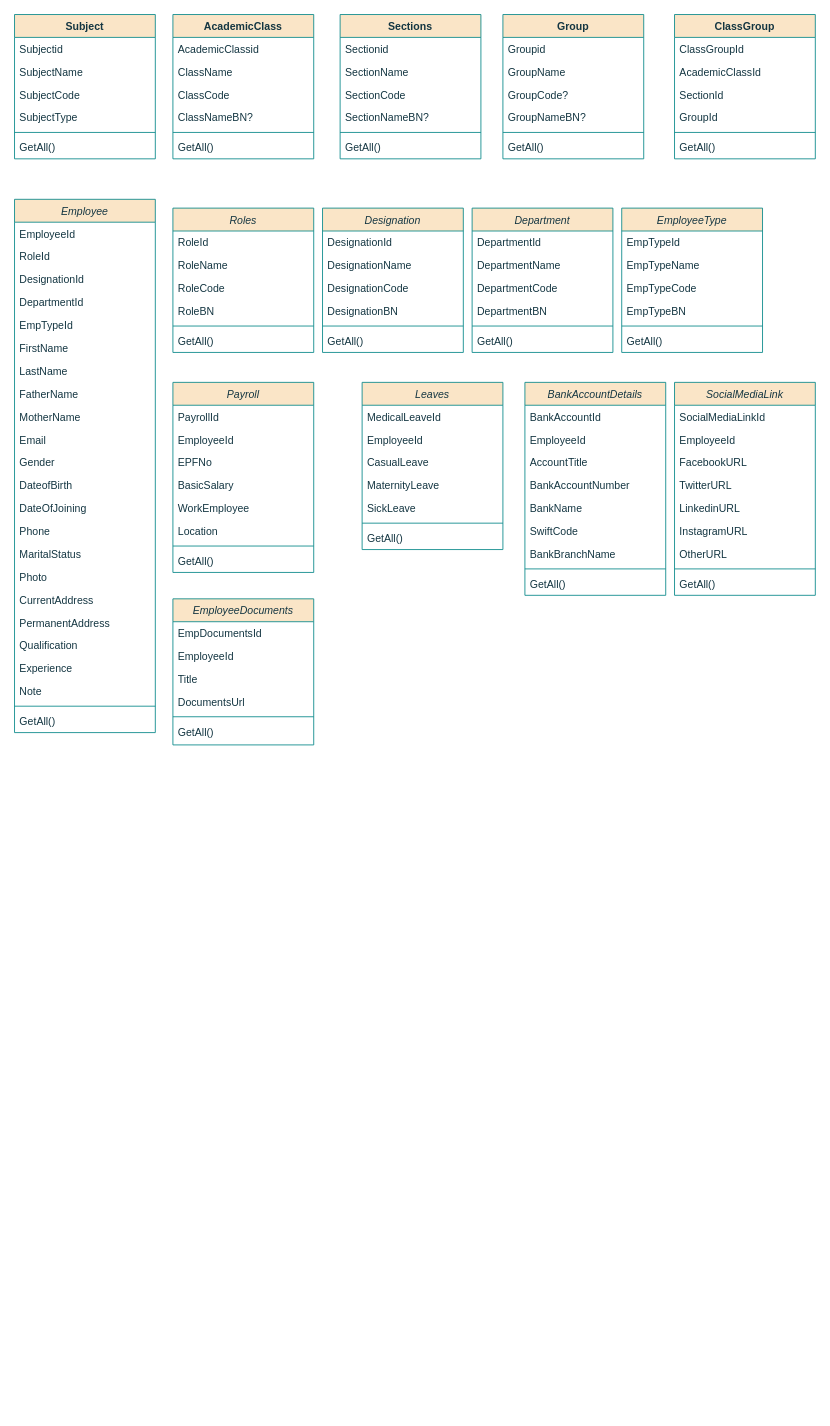
Earlier version of the draw.io diagram page "Page-3" (1 of 3) of Untitled Diagram.drawio (walidulhasan/UML). Source tidied: cells renumbered, new cells numbered last; positions are measured from the earlier drawing's top-left corner, leaving out a move shared by most shapes. Both pictures are drawn from the tidied source at 88%, with x=0, y=0 at pixel (14, 14).
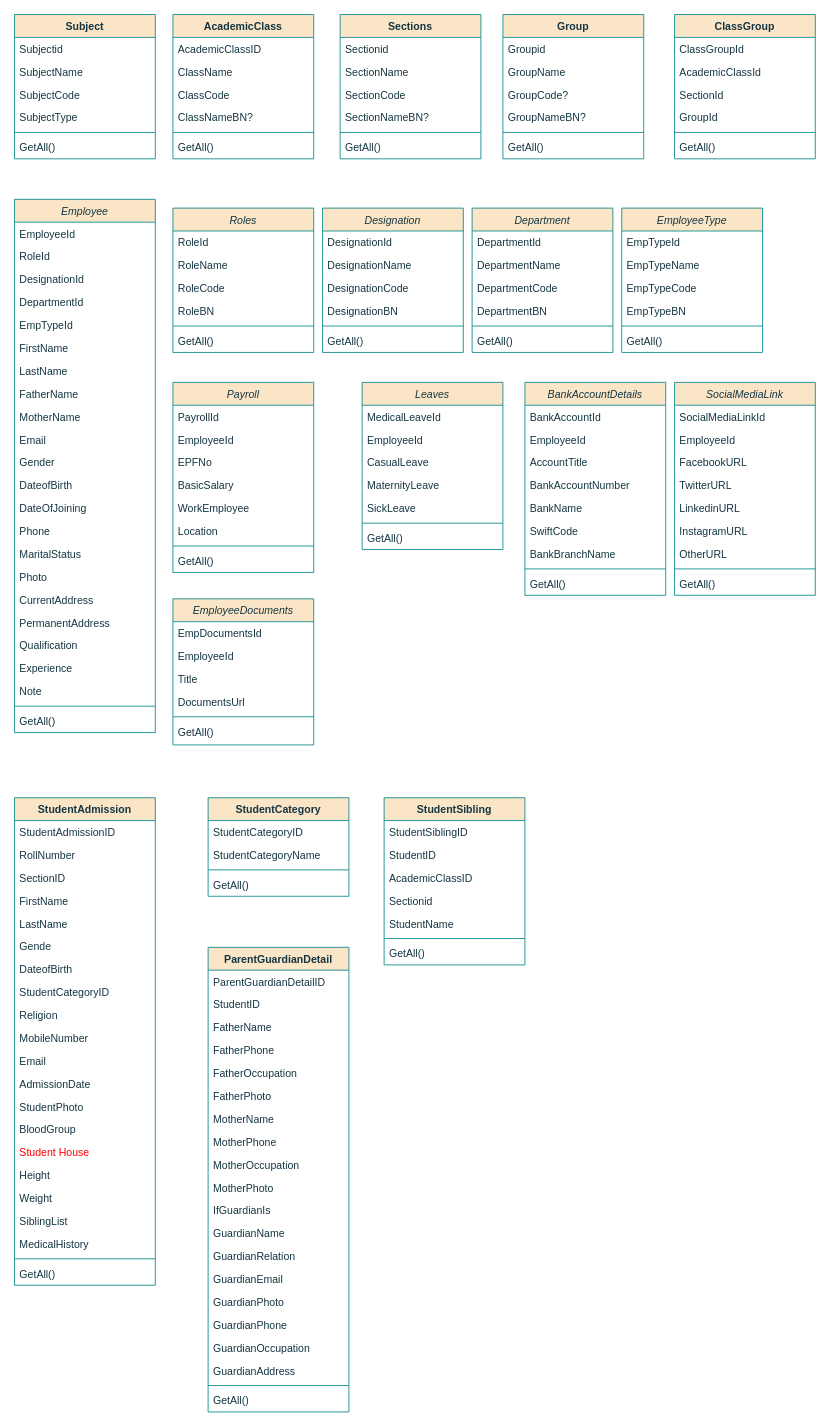
After the change.

The change refers to these unchanged cells:
```xml
<mxCell id="9" value="AcademicClass" style="swimlane;fontStyle=1;align=center;verticalAlign=top;horizontal=1;startSize=26;labelBackgroundColor=none;fillColor=#FAE5C7;strokeColor=#0F8B8D;fontColor=#143642;" parent="1" vertex="1">
  <mxGeometry x="180" width="160" height="164" as="geometry" />
</mxCell>
```

The edit, as a diff of the source:
```diff
@@
-    <mxCell id="10" value="AcademicClassid" style="text;strokeColor=none;fillColor=none;align=left;verticalAlign=top;spacingLeft=4;spacingRight=4;overflow=hidden;labelBackgroundColor=none;fontColor=#143642;" parent="9" vertex="1">
+    <mxCell id="10" value="AcademicClassID" style="text;strokeColor=none;fillColor=none;align=left;verticalAlign=top;spacingLeft=4;spacingRight=4;overflow=hidden;labelBackgroundColor=none;fontColor=#143642;" parent="9" vertex="1">
       <mxGeometry y="26" width="160" height="26" as="geometry" />
     </mxCell>
@@
+    <mxCell id="133" value="StudentAdmission" style="swimlane;fontStyle=1;align=center;verticalAlign=top;horizontal=1;startSize=26;labelBackgroundColor=none;fillColor=#FAE5C7;strokeColor=#0F8B8D;fontColor=#143642;" parent="1" vertex="1">
+      <mxGeometry y="890" width="160" height="554" as="geometry" />
+    </mxCell>
+    <mxCell id="134" value="StudentAdmissionID" style="text;strokeColor=none;fillColor=none;align=left;verticalAlign=top;spacingLeft=4;spacingRight=4;overflow=hidden;labelBackgroundColor=none;fontColor=#143642;" parent="133" vertex="1">
+      <mxGeometry y="26" width="160" height="26" as="geometry" />
+    </mxCell>
+    <mxCell id="135" value="RollNumber" style="text;strokeColor=none;fillColor=none;align=left;verticalAlign=top;spacingLeft=4;spacingRight=4;overflow=hidden;labelBackgroundColor=none;fontColor=#143642;" parent="133" vertex="1">
+      <mxGeometry y="52" width="160" height="26" as="geometry" />
+    </mxCell>
+    <mxCell id="136" value="SectionID" style="text;strokeColor=none;fillColor=none;align=left;verticalAlign=top;spacingLeft=4;spacingRight=4;overflow=hidden;labelBackgroundColor=none;fontColor=#143642;" parent="133" vertex="1">
+      <mxGeometry y="78" width="160" height="26" as="geometry" />
+    </mxCell>
+    <mxCell id="137" value="FirstName" style="text;strokeColor=none;fillColor=none;align=left;verticalAlign=top;spacingLeft=4;spacingRight=4;overflow=hidden;labelBackgroundColor=none;fontColor=#143642;" parent="133" vertex="1">
+      <mxGeometry y="104" width="160" height="26" as="geometry" />
+    </mxCell>
+    <mxCell id="138" value="LastName" style="text;strokeColor=none;fillColor=none;align=left;verticalAlign=top;spacingLeft=4;spacingRight=4;overflow=hidden;labelBackgroundColor=none;fontColor=#143642;" parent="133" vertex="1">
+      <mxGeometry y="130" width="160" height="26" as="geometry" />
+    </mxCell>
+    <mxCell id="139" value="Gende" style="text;strokeColor=none;fillColor=none;align=left;verticalAlign=top;spacingLeft=4;spacingRight=4;overflow=hidden;labelBackgroundColor=none;fontColor=#143642;" parent="133" vertex="1">
+      <mxGeometry y="156" width="160" height="26" as="geometry" />
+    </mxCell>
+    <mxCell id="140" value="DateofBirth" style="text;strokeColor=none;fillColor=none;align=left;verticalAlign=top;spacingLeft=4;spacingRight=4;overflow=hidden;labelBackgroundColor=none;fontColor=#143642;" parent="133" vertex="1">
+      <mxGeometry y="182" width="160" height="26" as="geometry" />
+    </mxCell>
+    <mxCell id="141" value="StudentCategoryID" style="text;strokeColor=none;fillColor=none;align=left;verticalAlign=top;spacingLeft=4;spacingRight=4;overflow=hidden;labelBackgroundColor=none;fontColor=#143642;" parent="133" vertex="1">
+      <mxGeometry y="208" width="160" height="26" as="geometry" />
+    </mxCell>
+    <mxCell id="142" value="Religion" style="text;strokeColor=none;fillColor=none;align=left;verticalAlign=top;spacingLeft=4;spacingRight=4;overflow=hidden;labelBackgroundColor=none;fontColor=#143642;" parent="133" vertex="1">
+      <mxGeometry y="234" width="160" height="26" as="geometry" />
+    </mxCell>
+    <mxCell id="143" value="MobileNumber" style="text;strokeColor=none;fillColor=none;align=left;verticalAlign=top;spacingLeft=4;spacingRight=4;overflow=hidden;labelBackgroundColor=none;fontColor=#143642;" parent="133" vertex="1">
+      <mxGeometry y="260" width="160" height="26" as="geometry" />
+    </mxCell>
+    <mxCell id="144" value="Email" style="text;strokeColor=none;fillColor=none;align=left;verticalAlign=top;spacingLeft=4;spacingRight=4;overflow=hidden;labelBackgroundColor=none;fontColor=#143642;" parent="133" vertex="1">
+      <mxGeometry y="286" width="160" height="26" as="geometry" />
+    </mxCell>
+    <mxCell id="145" value="AdmissionDate" style="text;strokeColor=none;fillColor=none;align=left;verticalAlign=top;spacingLeft=4;spacingRight=4;overflow=hidden;labelBackgroundColor=none;fontColor=#143642;" parent="133" vertex="1">
+      <mxGeometry y="312" width="160" height="26" as="geometry" />
+    </mxCell>
+    <mxCell id="146" value="StudentPhoto" style="text;strokeColor=none;fillColor=none;align=left;verticalAlign=top;spacingLeft=4;spacingRight=4;overflow=hidden;labelBackgroundColor=none;fontColor=#143642;" parent="133" vertex="1">
+      <mxGeometry y="338" width="160" height="26" as="geometry" />
+    </mxCell>
+    <mxCell id="147" value="BloodGroup" style="text;strokeColor=none;fillColor=none;align=left;verticalAlign=top;spacingLeft=4;spacingRight=4;overflow=hidden;labelBackgroundColor=none;fontColor=#143642;" parent="133" vertex="1">
+      <mxGeometry y="364" width="160" height="26" as="geometry" />
+    </mxCell>
+    <mxCell id="148" value="Student House" style="text;strokeColor=none;fillColor=none;align=left;verticalAlign=top;spacingLeft=4;spacingRight=4;overflow=hidden;labelBackgroundColor=none;fontColor=#FF0000;" parent="133" vertex="1">
+      <mxGeometry y="390" width="160" height="26" as="geometry" />
+    </mxCell>
+    <mxCell id="149" value="Height" style="text;strokeColor=none;fillColor=none;align=left;verticalAlign=top;spacingLeft=4;spacingRight=4;overflow=hidden;labelBackgroundColor=none;fontColor=#143642;" parent="133" vertex="1">
+      <mxGeometry y="416" width="160" height="26" as="geometry" />
+    </mxCell>
+    <mxCell id="150" value="Weight" style="text;strokeColor=none;fillColor=none;align=left;verticalAlign=top;spacingLeft=4;spacingRight=4;overflow=hidden;labelBackgroundColor=none;fontColor=#143642;" parent="133" vertex="1">
+      <mxGeometry y="442" width="160" height="26" as="geometry" />
+    </mxCell>
+    <mxCell id="151" value="SiblingList" style="text;strokeColor=none;fillColor=none;align=left;verticalAlign=top;spacingLeft=4;spacingRight=4;overflow=hidden;labelBackgroundColor=none;fontColor=#143642;" parent="133" vertex="1">
+      <mxGeometry y="468" width="160" height="26" as="geometry" />
+    </mxCell>
+    <mxCell id="152" value="MedicalHistory" style="text;strokeColor=none;fillColor=none;align=left;verticalAlign=top;spacingLeft=4;spacingRight=4;overflow=hidden;labelBackgroundColor=none;fontColor=#143642;" parent="133" vertex="1">
+      <mxGeometry y="494" width="160" height="26" as="geometry" />
+    </mxCell>
+    <mxCell id="153" style="line;strokeWidth=1;fillColor=none;align=left;verticalAlign=middle;spacingTop=-1;spacingLeft=3;spacingRight=3;labelPosition=right;strokeColor=#0F8B8D;labelBackgroundColor=none;fontColor=#143642;" parent="133" vertex="1">
+      <mxGeometry y="520" width="160" height="8" as="geometry" />
+    </mxCell>
+    <mxCell id="154" value="GetAll()" style="text;strokeColor=none;fillColor=none;align=left;verticalAlign=top;spacingLeft=4;spacingRight=4;overflow=hidden;labelBackgroundColor=none;fontColor=#143642;" parent="133" vertex="1">
+      <mxGeometry y="528" width="160" height="26" as="geometry" />
+    </mxCell>
+    <mxCell id="155" value="StudentCategory" style="swimlane;fontStyle=1;align=center;verticalAlign=top;horizontal=1;startSize=26;labelBackgroundColor=none;fillColor=#FAE5C7;strokeColor=#0F8B8D;fontColor=#143642;" parent="1" vertex="1">
+      <mxGeometry x="220" y="890" width="160" height="112" as="geometry" />
+    </mxCell>
+    <mxCell id="156" value="StudentCategoryID" style="text;strokeColor=none;fillColor=none;align=left;verticalAlign=top;spacingLeft=4;spacingRight=4;overflow=hidden;labelBackgroundColor=none;fontColor=#143642;" parent="155" vertex="1">
+      <mxGeometry y="26" width="160" height="26" as="geometry" />
+    </mxCell>
+    <mxCell id="157" value="StudentCategoryName" style="text;strokeColor=none;fillColor=none;align=left;verticalAlign=top;spacingLeft=4;spacingRight=4;overflow=hidden;labelBackgroundColor=none;fontColor=#143642;" parent="155" vertex="1">
+      <mxGeometry y="52" width="160" height="26" as="geometry" />
+    </mxCell>
+    <mxCell id="158" style="line;strokeWidth=1;fillColor=none;align=left;verticalAlign=middle;spacingTop=-1;spacingLeft=3;spacingRight=3;labelPosition=right;strokeColor=#0F8B8D;labelBackgroundColor=none;fontColor=#143642;" parent="155" vertex="1">
+      <mxGeometry y="78" width="160" height="8" as="geometry" />
+    </mxCell>
+    <mxCell id="159" value="GetAll()" style="text;strokeColor=none;fillColor=none;align=left;verticalAlign=top;spacingLeft=4;spacingRight=4;overflow=hidden;labelBackgroundColor=none;fontColor=#143642;" parent="155" vertex="1">
+      <mxGeometry y="86" width="160" height="26" as="geometry" />
+    </mxCell>
+    <mxCell id="160" value="StudentSibling" style="swimlane;fontStyle=1;align=center;verticalAlign=top;horizontal=1;startSize=26;labelBackgroundColor=none;fillColor=#FAE5C7;strokeColor=#0F8B8D;fontColor=#143642;" parent="1" vertex="1">
+      <mxGeometry x="420" y="890" width="160" height="190" as="geometry" />
+    </mxCell>
+    <mxCell id="161" value="StudentSiblingID" style="text;strokeColor=none;fillColor=none;align=left;verticalAlign=top;spacingLeft=4;spacingRight=4;overflow=hidden;labelBackgroundColor=none;fontColor=#143642;" parent="160" vertex="1">
+      <mxGeometry y="26" width="160" height="26" as="geometry" />
+    </mxCell>
+    <mxCell id="162" value="StudentID" style="text;strokeColor=none;fillColor=none;align=left;verticalAlign=top;spacingLeft=4;spacingRight=4;overflow=hidden;labelBackgroundColor=none;fontColor=#143642;" parent="160" vertex="1">
+      <mxGeometry y="52" width="160" height="26" as="geometry" />
+    </mxCell>
+    <mxCell id="163" value="AcademicClassID" style="text;strokeColor=none;fillColor=none;align=left;verticalAlign=top;spacingLeft=4;spacingRight=4;overflow=hidden;labelBackgroundColor=none;fontColor=#143642;" parent="160" vertex="1">
+      <mxGeometry y="78" width="160" height="26" as="geometry" />
+    </mxCell>
+    <mxCell id="164" value="Sectionid" style="text;strokeColor=none;fillColor=none;align=left;verticalAlign=top;spacingLeft=4;spacingRight=4;overflow=hidden;labelBackgroundColor=none;fontColor=#143642;" parent="160" vertex="1">
+      <mxGeometry y="104" width="160" height="26" as="geometry" />
+    </mxCell>
+    <mxCell id="165" value="StudentName" style="text;strokeColor=none;fillColor=none;align=left;verticalAlign=top;spacingLeft=4;spacingRight=4;overflow=hidden;labelBackgroundColor=none;fontColor=#143642;" parent="160" vertex="1">
+      <mxGeometry y="130" width="160" height="26" as="geometry" />
+    </mxCell>
+    <mxCell id="166" style="line;strokeWidth=1;fillColor=none;align=left;verticalAlign=middle;spacingTop=-1;spacingLeft=3;spacingRight=3;labelPosition=right;strokeColor=#0F8B8D;labelBackgroundColor=none;fontColor=#143642;" parent="160" vertex="1">
+      <mxGeometry y="156" width="160" height="8" as="geometry" />
+    </mxCell>
+    <mxCell id="167" value="GetAll()" style="text;strokeColor=none;fillColor=none;align=left;verticalAlign=top;spacingLeft=4;spacingRight=4;overflow=hidden;labelBackgroundColor=none;fontColor=#143642;" parent="160" vertex="1">
+      <mxGeometry y="164" width="160" height="26" as="geometry" />
+    </mxCell>
+    <mxCell id="168" value="ParentGuardianDetail" style="swimlane;fontStyle=1;align=center;verticalAlign=top;horizontal=1;startSize=26;labelBackgroundColor=none;fillColor=#FAE5C7;strokeColor=#0F8B8D;fontColor=#143642;" parent="1" vertex="1">
+      <mxGeometry x="220" y="1060" width="160" height="528" as="geometry" />
+    </mxCell>
+    <mxCell id="169" value="ParentGuardianDetailID" style="text;strokeColor=none;fillColor=none;align=left;verticalAlign=top;spacingLeft=4;spacingRight=4;overflow=hidden;labelBackgroundColor=none;fontColor=#143642;" parent="168" vertex="1">
+      <mxGeometry y="26" width="160" height="26" as="geometry" />
+    </mxCell>
+    <mxCell id="170" value="StudentID" style="text;strokeColor=none;fillColor=none;align=left;verticalAlign=top;spacingLeft=4;spacingRight=4;overflow=hidden;labelBackgroundColor=none;fontColor=#143642;" parent="168" vertex="1">
+      <mxGeometry y="52" width="160" height="26" as="geometry" />
+    </mxCell>
+    <mxCell id="171" value="FatherName" style="text;strokeColor=none;fillColor=none;align=left;verticalAlign=top;spacingLeft=4;spacingRight=4;overflow=hidden;labelBackgroundColor=none;fontColor=#143642;" parent="168" vertex="1">
+      <mxGeometry y="78" width="160" height="26" as="geometry" />
+    </mxCell>
+    <mxCell id="172" value="FatherPhone" style="text;strokeColor=none;fillColor=none;align=left;verticalAlign=top;spacingLeft=4;spacingRight=4;overflow=hidden;labelBackgroundColor=none;fontColor=#143642;" parent="168" vertex="1">
+      <mxGeometry y="104" width="160" height="26" as="geometry" />
+    </mxCell>
+    <mxCell id="173" value="FatherOccupation" style="text;strokeColor=none;fillColor=none;align=left;verticalAlign=top;spacingLeft=4;spacingRight=4;overflow=hidden;labelBackgroundColor=none;fontColor=#143642;" parent="168" vertex="1">
+      <mxGeometry y="130" width="160" height="26" as="geometry" />
+    </mxCell>
+    <mxCell id="174" value="FatherPhoto" style="text;strokeColor=none;fillColor=none;align=left;verticalAlign=top;spacingLeft=4;spacingRight=4;overflow=hidden;labelBackgroundColor=none;fontColor=#143642;" parent="168" vertex="1">
+      <mxGeometry y="156" width="160" height="26" as="geometry" />
+    </mxCell>
+    <mxCell id="175" value="MotherName" style="text;strokeColor=none;fillColor=none;align=left;verticalAlign=top;spacingLeft=4;spacingRight=4;overflow=hidden;labelBackgroundColor=none;fontColor=#143642;" parent="168" vertex="1">
+      <mxGeometry y="182" width="160" height="26" as="geometry" />
+    </mxCell>
+    <mxCell id="176" value="MotherPhone" style="text;strokeColor=none;fillColor=none;align=left;verticalAlign=top;spacingLeft=4;spacingRight=4;overflow=hidden;labelBackgroundColor=none;fontColor=#143642;" parent="168" vertex="1">
+      <mxGeometry y="208" width="160" height="26" as="geometry" />
+    </mxCell>
+    <mxCell id="177" value="MotherOccupation" style="text;strokeColor=none;fillColor=none;align=left;verticalAlign=top;spacingLeft=4;spacingRight=4;overflow=hidden;labelBackgroundColor=none;fontColor=#143642;" parent="168" vertex="1">
+      <mxGeometry y="234" width="160" height="26" as="geometry" />
+    </mxCell>
+    <mxCell id="178" value="MotherPhoto" style="text;strokeColor=none;fillColor=none;align=left;verticalAlign=top;spacingLeft=4;spacingRight=4;overflow=hidden;labelBackgroundColor=none;fontColor=#143642;" parent="168" vertex="1">
+      <mxGeometry y="260" width="160" height="26" as="geometry" />
+    </mxCell>
+    <mxCell id="179" value="IfGuardianIs" style="text;strokeColor=none;fillColor=none;align=left;verticalAlign=top;spacingLeft=4;spacingRight=4;overflow=hidden;labelBackgroundColor=none;fontColor=#143642;" parent="168" vertex="1">
+      <mxGeometry y="286" width="160" height="26" as="geometry" />
+    </mxCell>
+    <mxCell id="180" value="GuardianName" style="text;strokeColor=none;fillColor=none;align=left;verticalAlign=top;spacingLeft=4;spacingRight=4;overflow=hidden;labelBackgroundColor=none;fontColor=#143642;" parent="168" vertex="1">
+      <mxGeometry y="312" width="160" height="26" as="geometry" />
+    </mxCell>
+    <mxCell id="181" value="GuardianRelation" style="text;strokeColor=none;fillColor=none;align=left;verticalAlign=top;spacingLeft=4;spacingRight=4;overflow=hidden;labelBackgroundColor=none;fontColor=#143642;" parent="168" vertex="1">
+      <mxGeometry y="338" width="160" height="26" as="geometry" />
+    </mxCell>
+    <mxCell id="182" value="GuardianEmail" style="text;strokeColor=none;fillColor=none;align=left;verticalAlign=top;spacingLeft=4;spacingRight=4;overflow=hidden;labelBackgroundColor=none;fontColor=#143642;" parent="168" vertex="1">
+      <mxGeometry y="364" width="160" height="26" as="geometry" />
+    </mxCell>
+    <mxCell id="183" value="GuardianPhoto" style="text;strokeColor=none;fillColor=none;align=left;verticalAlign=top;spacingLeft=4;spacingRight=4;overflow=hidden;labelBackgroundColor=none;fontColor=#143642;" parent="168" vertex="1">
+      <mxGeometry y="390" width="160" height="26" as="geometry" />
+    </mxCell>
+    <mxCell id="184" value="GuardianPhone" style="text;strokeColor=none;fillColor=none;align=left;verticalAlign=top;spacingLeft=4;spacingRight=4;overflow=hidden;labelBackgroundColor=none;fontColor=#143642;" parent="168" vertex="1">
+      <mxGeometry y="416" width="160" height="26" as="geometry" />
+    </mxCell>
+    <mxCell id="185" value="GuardianOccupation" style="text;strokeColor=none;fillColor=none;align=left;verticalAlign=top;spacingLeft=4;spacingRight=4;overflow=hidden;labelBackgroundColor=none;fontColor=#143642;" parent="168" vertex="1">
+      <mxGeometry y="442" width="160" height="26" as="geometry" />
+    </mxCell>
+    <mxCell id="186" value="GuardianAddress" style="text;strokeColor=none;fillColor=none;align=left;verticalAlign=top;spacingLeft=4;spacingRight=4;overflow=hidden;labelBackgroundColor=none;fontColor=#143642;" parent="168" vertex="1">
+      <mxGeometry y="468" width="160" height="26" as="geometry" />
+    </mxCell>
+    <mxCell id="187" style="line;strokeWidth=1;fillColor=none;align=left;verticalAlign=middle;spacingTop=-1;spacingLeft=3;spacingRight=3;labelPosition=right;strokeColor=#0F8B8D;labelBackgroundColor=none;fontColor=#143642;" parent="168" vertex="1">
+      <mxGeometry y="494" width="160" height="8" as="geometry" />
+    </mxCell>
+    <mxCell id="188" value="GetAll()" style="text;strokeColor=none;fillColor=none;align=left;verticalAlign=top;spacingLeft=4;spacingRight=4;overflow=hidden;labelBackgroundColor=none;fontColor=#143642;" parent="168" vertex="1">
+      <mxGeometry y="502" width="160" height="26" as="geometry" />
+    </mxCell>
```
